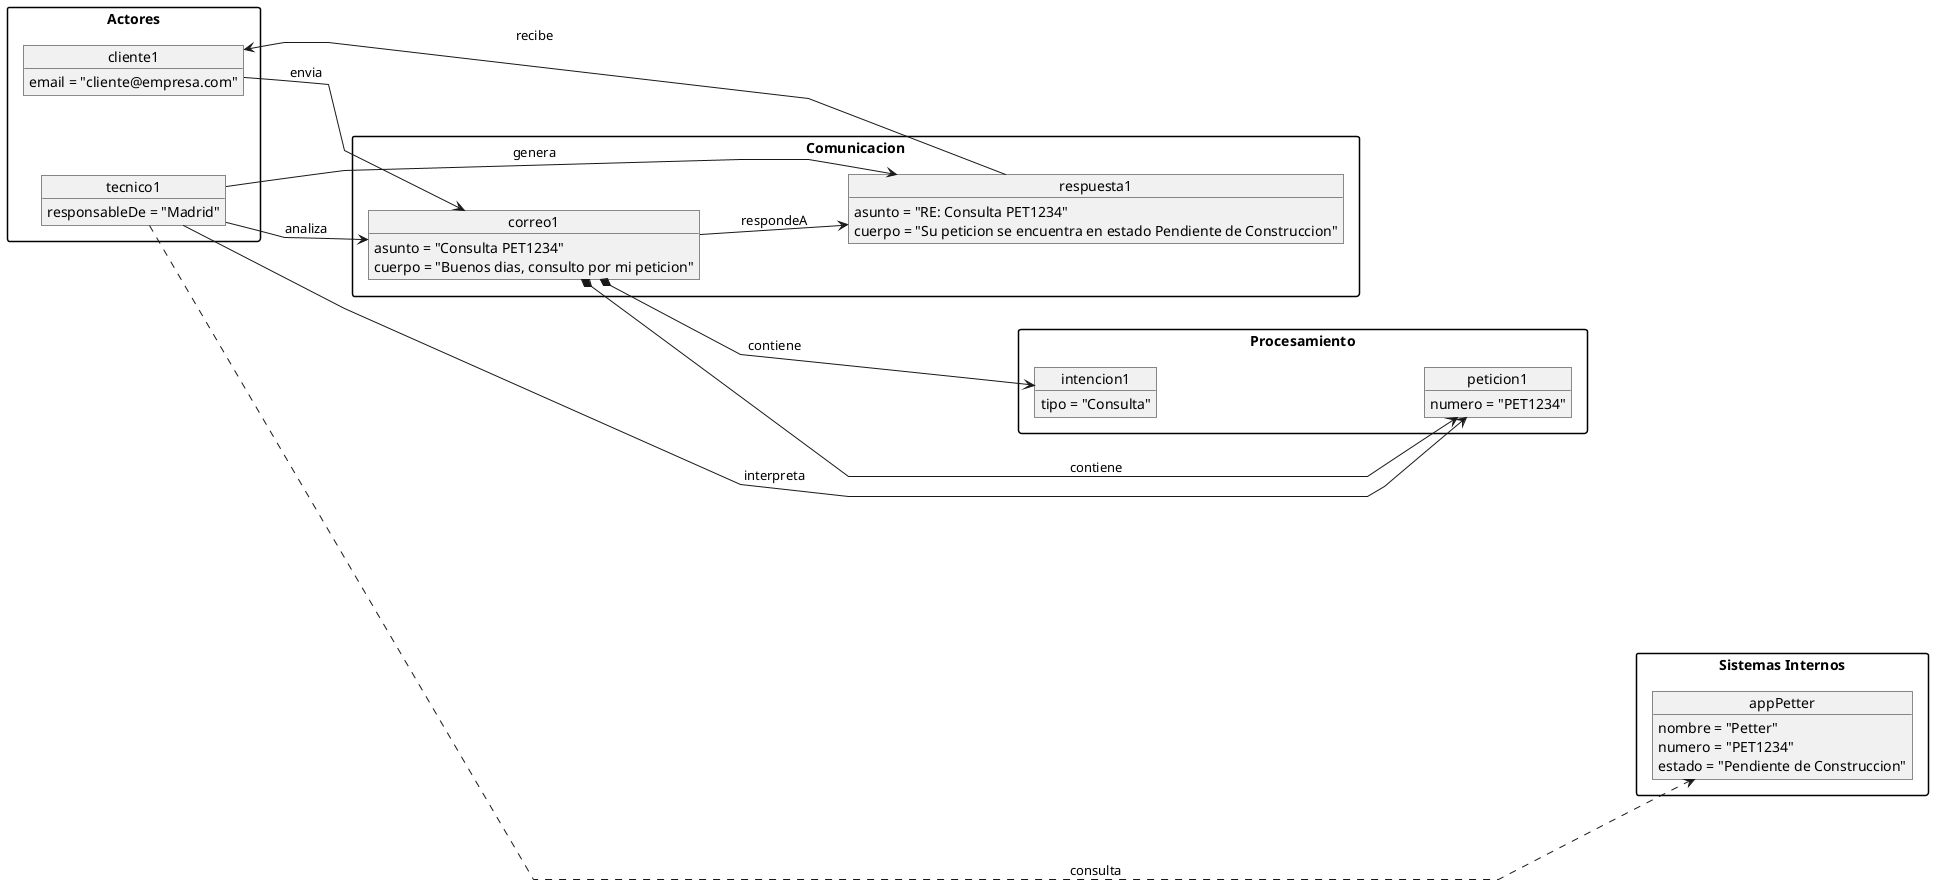
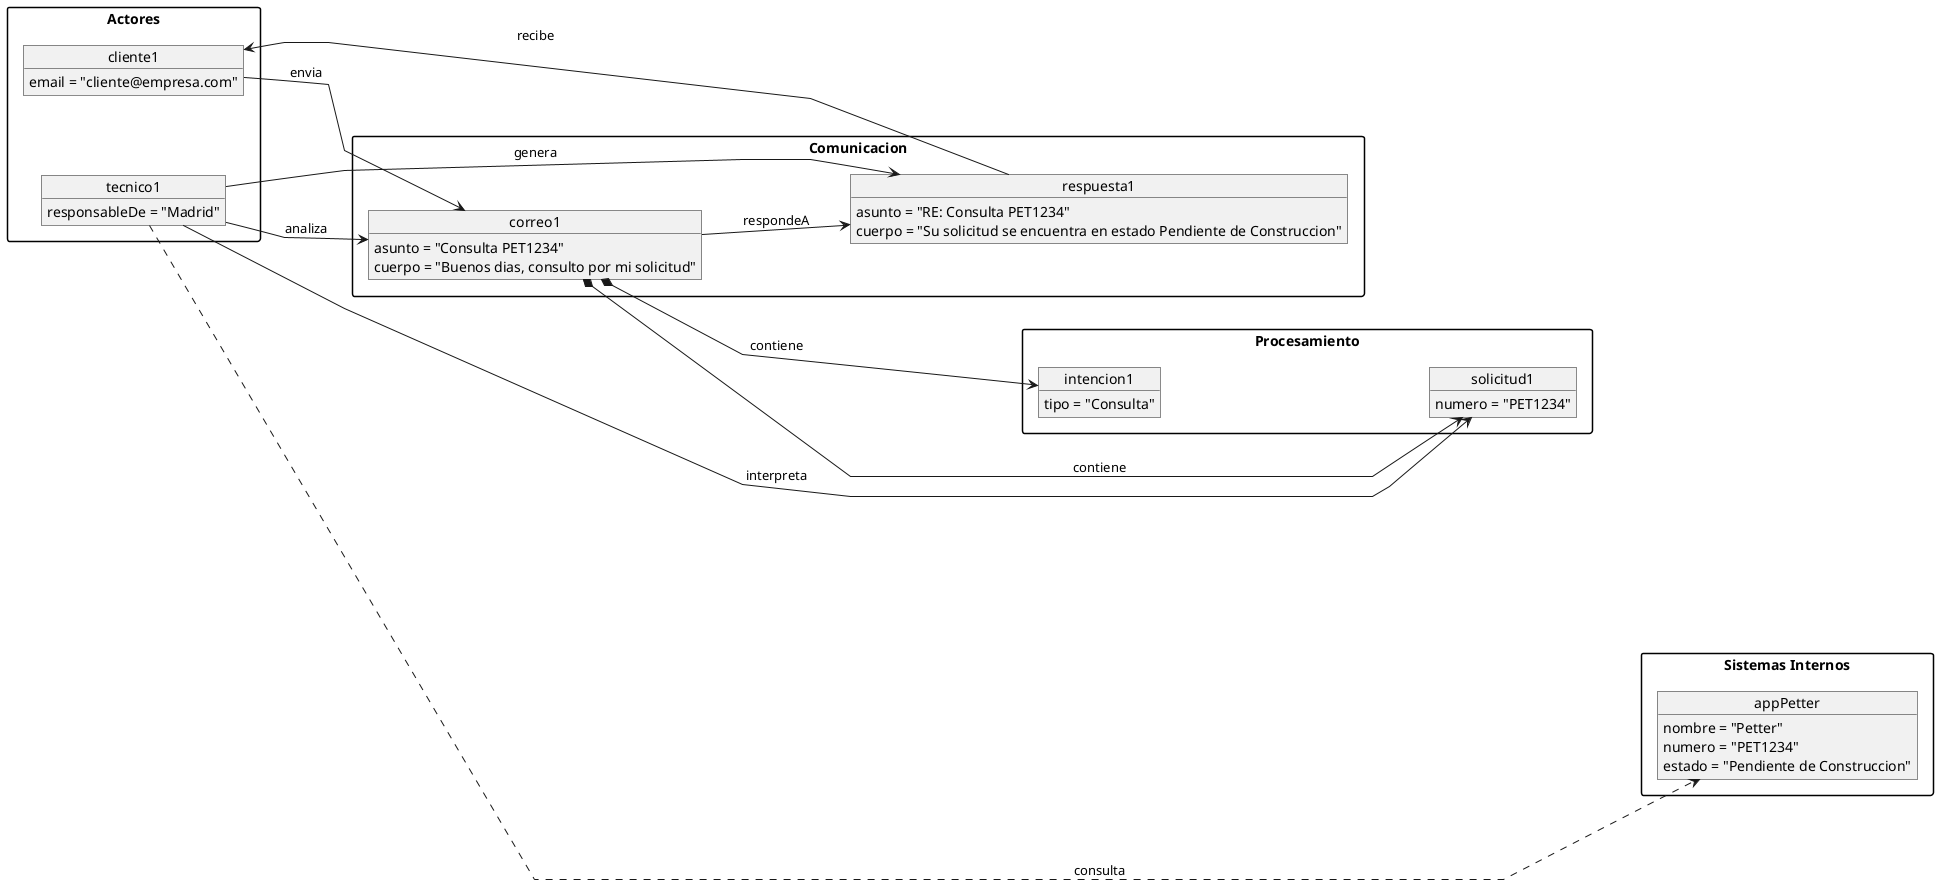
@startuml DdO

left to right direction
hide circle
hide empty members

skinparam linetype polyline
skinparam packageStyle rectangle
skinparam nodesep 80
skinparam ranksep 80

package "Actores" {
    object cliente1 {
        email = "cliente@empresa.com"
    }

    object tecnico1 {
        responsableDe = "Madrid"
    }
}

package "Comunicacion" {
    object correo1 {
        asunto = "Consulta PET1234"
-         cuerpo = "Buenos dias, consulto por mi peticion"
+         cuerpo = "Buenos dias, consulto por mi solicitud"
    }

    object respuesta1 {
        asunto = "RE: Consulta PET1234"
-         cuerpo = "Su peticion se encuentra en estado Pendiente de Construccion"
+         cuerpo = "Su solicitud se encuentra en estado Pendiente de Construccion"
    }
}

package "Procesamiento" {
    object intencion1 {
        tipo = "Consulta"
    }

-     object peticion1 {
+     object solicitud1 {
        numero = "PET1234"
    }
}

package "Sistemas Internos" {
    object appPetter {
        nombre = "Petter"
        numero = "PET1234"
        estado = "Pendiente de Construccion"
    }
}

cliente1 -[hidden]-> correo1
correo1 -[hidden]-> respuesta1
correo1 -[hidden]-> intencion1
- intencion1 -[hidden]-> peticion1
- peticion1 -[hidden]-> appPetter
+ intencion1 -[hidden]-> solicitud1
+ solicitud1 -[hidden]-> appPetter

cliente1 --> correo1 : envia
tecnico1 --> correo1 : analiza

correo1 *--> intencion1 : contiene
- correo1 *--> peticion1 : contiene
+ correo1 *--> solicitud1 : contiene

- tecnico1 --> peticion1 : interpreta
+ tecnico1 --> solicitud1 : interpreta
tecnico1 ..> appPetter : consulta

tecnico1 --> respuesta1 : genera
respuesta1 --> cliente1 : recibe

correo1 --> respuesta1 : respondeA

- @enduml+ @enduml
